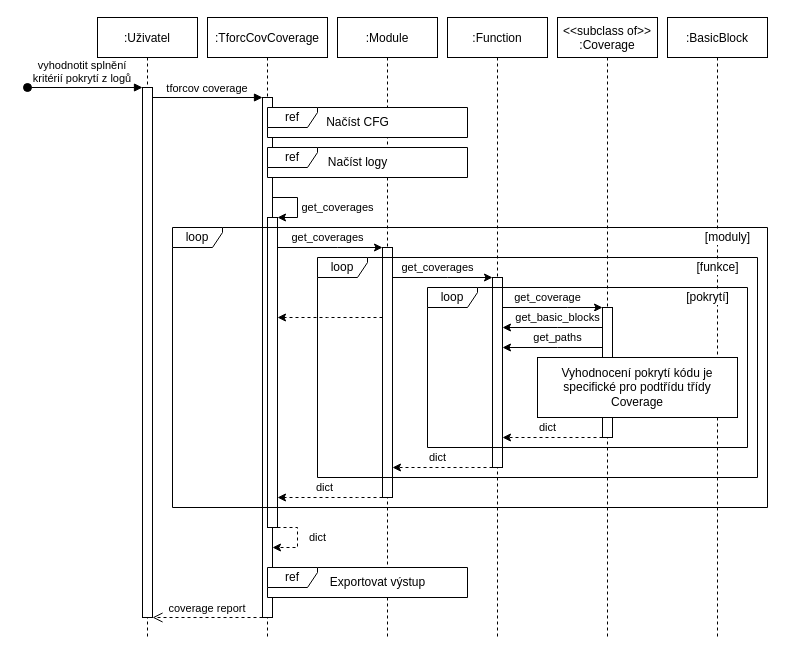
Before: coverage_coverage_sequence_diagram.drawio in petkapou/DIP_diagrams, a draw.io diagram. Source tidied: cells renumbered, new cells numbered last; positions are measured from the earlier drawing's top-left corner, leaving out a move shared by most shapes. Both pictures are drawn from the tidied source at 100%, with x=0, y=0 at pixel (27, 17).
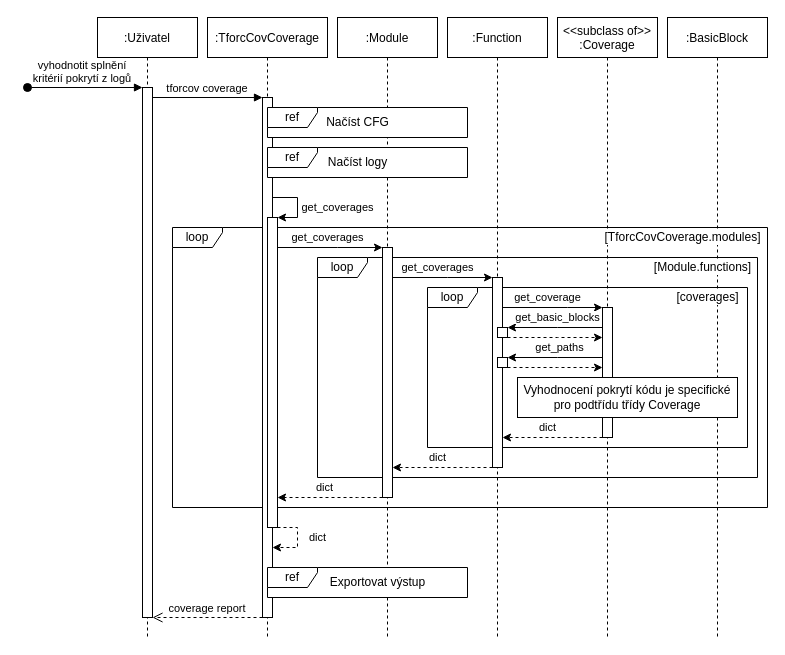
Above is the later version.

Unchanged cells that the change refers to:
```xml
<mxCell id="8" style="points=[];perimeter=orthogonalPerimeter;rounded=0;shadow=0;strokeWidth=1;" parent="5" vertex="1">
  <mxGeometry x="60" y="200" width="10" height="310" as="geometry" />
</mxCell>
<mxCell id="13" style="points=[];perimeter=orthogonalPerimeter;rounded=0;shadow=0;strokeWidth=1;" parent="12" vertex="1">
  <mxGeometry x="45" y="230" width="10" height="250" as="geometry" />
</mxCell>
<mxCell id="17" style="points=[];perimeter=orthogonalPerimeter;rounded=0;shadow=0;strokeWidth=1;" parent="16" vertex="1">
  <mxGeometry x="45" y="260" width="10" height="190" as="geometry" />
</mxCell>
<mxCell id="24" style="points=[];perimeter=orthogonalPerimeter;rounded=0;shadow=0;strokeWidth=1;" parent="23" vertex="1">
  <mxGeometry x="45" y="290" width="10" height="130" as="geometry" />
</mxCell>
```

Change to the diagram source:
```diff
@@
+    <mxCell id="38" value="loop" style="shape=umlFrame;whiteSpace=wrap;html=1;width=50;height=20;" parent="1" vertex="1">
+      <mxGeometry x="145" y="210" width="595" height="280" as="geometry" />
+    </mxCell>
+    <mxCell id="39" value="loop" style="shape=umlFrame;whiteSpace=wrap;html=1;width=50;height=20;" parent="1" vertex="1">
+      <mxGeometry x="290" y="240" width="440" height="220" as="geometry" />
+    </mxCell>
+    <mxCell id="40" value="loop" style="shape=umlFrame;whiteSpace=wrap;html=1;width=50;height=20;" parent="1" vertex="1">
+      <mxGeometry x="400" y="270" width="320" height="160" as="geometry" />
+    </mxCell>
@@
-    <mxCell id="19" style="edgeStyle=orthogonalEdgeStyle;rounded=0;jettySize=auto;html=1;dashed=1;" parent="1" edge="1" source="13" target="8">
-      <mxGeometry x="0.05" y="-10" relative="1" as="geometry">
-        <Array as="points">
-          <mxPoint x="300" y="300" />
-          <mxPoint x="300" y="300" />
-        </Array>
-      </mxGeometry>
-    </mxCell>
@@
-    <mxCell id="27" value="get_basic_blocks" style="edgeStyle=orthogonalEdgeStyle;rounded=0;jettySize=auto;html=1;" parent="1" edge="1" source="24" target="17">
-      <mxGeometry x="-0.1" y="-10" relative="1" as="geometry">
+    <mxCell id="27" value="get_basic_blocks" style="edgeStyle=orthogonalEdgeStyle;rounded=0;jettySize=auto;html=1;" parent="1" edge="1" source="24" target="43">
+      <mxGeometry x="-0.05" y="-10" relative="1" as="geometry">
         <Array as="points">
           <mxPoint x="530" y="310" />
           <mxPoint x="530" y="310" />
         </Array>
       </mxGeometry>
     </mxCell>
-    <mxCell id="28" value="get_paths" style="edgeStyle=orthogonalEdgeStyle;rounded=0;jettySize=auto;html=1;" parent="1" edge="1" source="24" target="17">
+    <mxCell id="28" value="get_paths" style="edgeStyle=orthogonalEdgeStyle;rounded=0;jettySize=auto;html=1;" parent="1" edge="1" source="24" target="44">
       <mxGeometry x="-0.1" y="-10" relative="1" as="geometry">
         <Array as="points">
-          <mxPoint x="530" y="330" />
-          <mxPoint x="530" y="330" />
+          <mxPoint x="530" y="340" />
+          <mxPoint x="530" y="340" />
         </Array>
       </mxGeometry>
     </mxCell>
     <mxCell id="29" value="Vyhodnocení pokrytí kódu je specifické pro podtřídu třídy Coverage" style="rounded=0;whiteSpace=wrap;html=1;" parent="1" vertex="1">
-      <mxGeometry x="510" y="340" width="200" height="60" as="geometry" />
+      <mxGeometry x="490" y="360" width="220" height="40" as="geometry" />
     </mxCell>
-    <mxCell id="30" value="[moduly]" style="text;html=1;align=center;verticalAlign=middle;fillColor=none;strokeColor=none;rounded=0;labelBackgroundColor=default;labelBorderColor=none;" parent="1" vertex="1">
-      <mxGeometry x="670" y="210" width="60" height="20" as="geometry" />
+    <mxCell id="30" value="[TforcCovCoverage.modules]" style="text;html=1;align=center;verticalAlign=middle;fillColor=none;strokeColor=none;rounded=0;labelBackgroundColor=default;labelBorderColor=none;" parent="1" vertex="1">
+      <mxGeometry x="570" y="210" width="170" height="20" as="geometry" />
     </mxCell>
-    <mxCell id="31" value="[funkce]" style="text;html=1;align=center;verticalAlign=middle;fillColor=none;strokeColor=none;rounded=0;labelBackgroundColor=default;labelBorderColor=none;" parent="1" vertex="1">
-      <mxGeometry x="660" y="240" width="60" height="20" as="geometry" />
+    <mxCell id="31" value="[Module.functions]" style="text;html=1;align=center;verticalAlign=middle;fillColor=none;strokeColor=none;rounded=0;labelBackgroundColor=default;labelBorderColor=none;" parent="1" vertex="1">
+      <mxGeometry x="620" y="240" width="110" height="20" as="geometry" />
     </mxCell>
-    <mxCell id="32" value="[pokrytí]" style="text;html=1;align=center;verticalAlign=middle;fillColor=none;strokeColor=none;rounded=0;labelBackgroundColor=default;labelBorderColor=none;" parent="1" vertex="1">
-      <mxGeometry x="650" y="270" width="60" height="20" as="geometry" />
+    <mxCell id="32" value="[coverages]" style="text;html=1;align=center;verticalAlign=middle;fillColor=none;strokeColor=none;rounded=0;labelBackgroundColor=default;labelBorderColor=none;" parent="1" vertex="1">
+      <mxGeometry x="640" y="270" width="80" height="20" as="geometry" />
     </mxCell>
@@
-    <mxCell id="38" value="loop" style="shape=umlFrame;whiteSpace=wrap;html=1;width=50;height=20;" parent="1" vertex="1">
-      <mxGeometry x="145" y="210" width="595" height="280" as="geometry" />
-    </mxCell>
-    <mxCell id="39" value="loop" style="shape=umlFrame;whiteSpace=wrap;html=1;width=50;height=20;" parent="1" vertex="1">
-      <mxGeometry x="290" y="240" width="440" height="220" as="geometry" />
-    </mxCell>
-    <mxCell id="40" value="loop" style="shape=umlFrame;whiteSpace=wrap;html=1;width=50;height=20;" parent="1" vertex="1">
-      <mxGeometry x="400" y="270" width="320" height="160" as="geometry" />
-    </mxCell>
+    <mxCell id="41" style="edgeStyle=orthogonalEdgeStyle;rounded=0;jettySize=auto;html=1;dashed=1;" parent="1" edge="1" source="44" target="24">
+      <mxGeometry x="0.1" y="-10" relative="1" as="geometry">
+        <Array as="points">
+          <mxPoint x="530" y="350" />
+          <mxPoint x="530" y="350" />
+        </Array>
+      </mxGeometry>
+    </mxCell>
+    <mxCell id="42" style="edgeStyle=orthogonalEdgeStyle;rounded=0;jettySize=auto;html=1;dashed=1;" parent="1" edge="1" source="43" target="24">
+      <mxGeometry x="0.1" y="-10" relative="1" as="geometry">
+        <Array as="points">
+          <mxPoint x="530" y="320" />
+          <mxPoint x="530" y="320" />
+        </Array>
+      </mxGeometry>
+    </mxCell>
+    <mxCell id="43" style="points=[];perimeter=orthogonalPerimeter;rounded=0;shadow=0;strokeWidth=1;" parent="1" vertex="1">
+      <mxGeometry x="470" y="310" width="10" height="10" as="geometry" />
+    </mxCell>
+    <mxCell id="44" style="points=[];perimeter=orthogonalPerimeter;rounded=0;shadow=0;strokeWidth=1;" parent="1" vertex="1">
+      <mxGeometry x="470" y="340" width="10" height="10" as="geometry" />
+    </mxCell>
```
